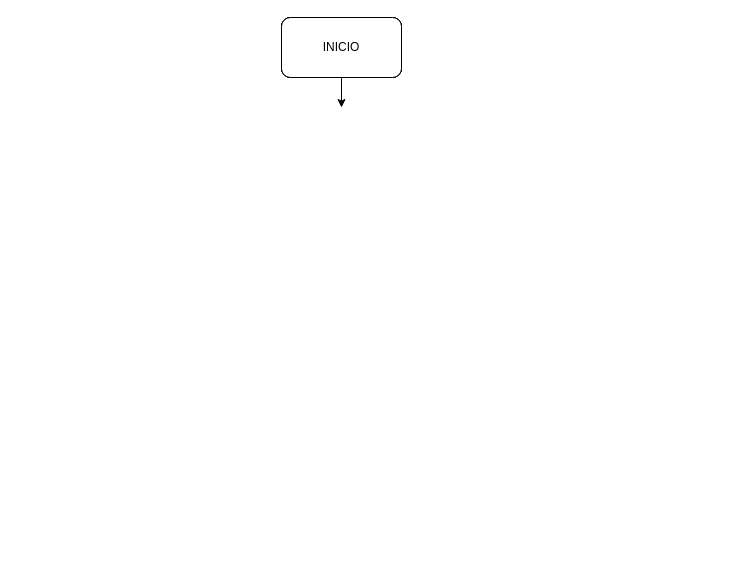
AritzMartin/practica-01.02 keeps this draw.io diagram as Diagrama sin título.drawio. Above is the earlier version. Source tidied: cells renumbered, new cells numbered last; positions are measured from the earlier drawing's top-left corner, leaving out a move shared by most shapes. Both pictures are drawn from the tidied source at 100%, with x=0, y=0 at pixel (281, 17).
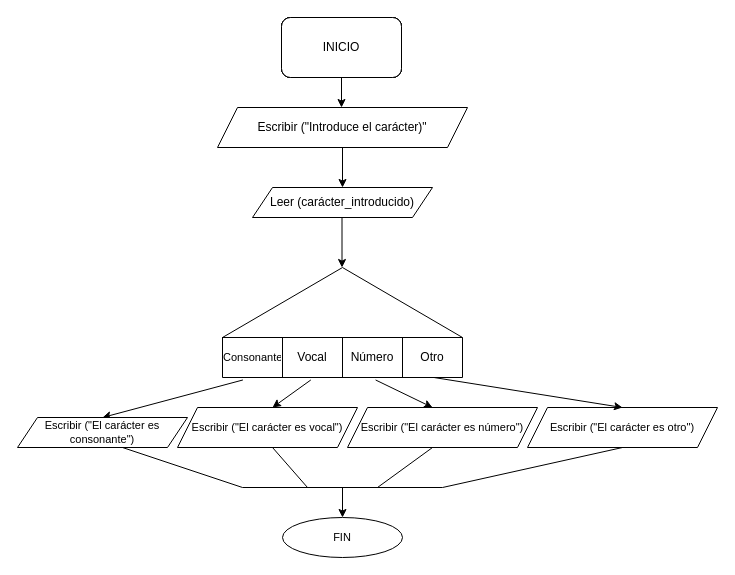
Above is the later version.

The edit, as a diff of the source:
```diff
@@
+    <mxCell id="7" style="edgeStyle=orthogonalEdgeStyle;rounded=0;jettySize=auto;html=1;entryX=0.5;entryY=0;entryDx=0;entryDy=0;" parent="1" edge="1" source="8" target="9">
+      <mxGeometry relative="1" as="geometry" />
+    </mxCell>
+    <mxCell id="8" value="Escribir (&quot;Introduce el carácter)&quot;" style="shape=parallelogram;perimeter=parallelogramPerimeter;whiteSpace=wrap;html=1;fixedSize=1;" parent="1" vertex="1">
+      <mxGeometry x="-64" y="90" width="250" height="40" as="geometry" />
+    </mxCell>
+    <mxCell id="9" value="Leer (carácter_introducido)" style="shape=parallelogram;perimeter=parallelogramPerimeter;whiteSpace=wrap;html=1;fixedSize=1;" parent="1" vertex="1">
+      <mxGeometry x="-29" y="170" width="180" height="30" as="geometry" />
+    </mxCell>
+    <mxCell id="10" style="shape=table;startSize=0;childLayout=tableLayout;" parent="1" vertex="1">
+      <mxGeometry x="-59" y="320" width="240" height="40" as="geometry" />
+    </mxCell>
+    <mxCell id="11" style="shape=tableRow;horizontal=0;startSize=0;swimlaneHead=0;swimlaneBody=0;top=0;left=0;bottom=0;right=0;fillColor=none;points=[[0,0.5],[1,0.5]];portConstraint=eastwest;" parent="10" vertex="1">
+      <mxGeometry width="240" height="40" as="geometry" />
+    </mxCell>
+    <mxCell id="12" value="&lt;font style=&quot;font-size: 11px;&quot;&gt;Consonante&lt;/font&gt;" style="shape=partialRectangle;html=1;whiteSpace=wrap;overflow=hidden;fillColor=none;top=0;left=0;bottom=0;right=0;" parent="11" vertex="1">
+      <mxGeometry width="60" height="40" as="geometry" />
+    </mxCell>
+    <mxCell id="13" value="Vocal" style="shape=partialRectangle;html=1;whiteSpace=wrap;overflow=hidden;fillColor=none;top=0;left=0;bottom=0;right=0;" parent="11" vertex="1">
+      <mxGeometry x="60" width="60" height="40" as="geometry" />
+    </mxCell>
+    <mxCell id="14" value="Número" style="shape=partialRectangle;html=1;whiteSpace=wrap;overflow=hidden;fillColor=none;top=0;left=0;bottom=0;right=0;" parent="11" vertex="1">
+      <mxGeometry x="120" width="60" height="40" as="geometry" />
+    </mxCell>
+    <mxCell id="15" value="Otro" style="shape=partialRectangle;html=1;whiteSpace=wrap;overflow=hidden;fillColor=none;top=0;left=0;bottom=0;right=0;" parent="11" vertex="1">
+      <mxGeometry x="180" width="60" height="40" as="geometry" />
+    </mxCell>
+    <mxCell id="16" style="endArrow=classic;html=1;rounded=0;" parent="1" edge="1">
+      <mxGeometry relative="1" as="geometry">
+        <mxPoint x="60.5" y="200" as="sourcePoint" />
+        <mxPoint x="60.5" y="250" as="targetPoint" />
+        <Array as="points">
+          <mxPoint x="60.5" y="250" />
+        </Array>
+      </mxGeometry>
+    </mxCell>
+    <mxCell id="17" style="endArrow=none;html=1;rounded=0;" parent="1" edge="1">
+      <mxGeometry relative="1" as="geometry">
+        <mxPoint x="-59" y="320" as="sourcePoint" />
+        <mxPoint x="61" y="250" as="targetPoint" />
+      </mxGeometry>
+    </mxCell>
+    <mxCell id="18" style="endArrow=none;html=1;rounded=0;" parent="1" edge="1">
+      <mxGeometry relative="1" as="geometry">
+        <mxPoint x="181" y="320" as="sourcePoint" />
+        <mxPoint x="61" y="250" as="targetPoint" />
+      </mxGeometry>
+    </mxCell>
+    <mxCell id="19" style="endArrow=classic;html=1;rounded=0;exitX=0.085;exitY=1.062;exitDx=0;exitDy=0;exitPerimeter=0;entryX=0.5;entryY=0;entryDx=0;entryDy=0;" parent="1" edge="1" source="11" target="28">
+      <mxGeometry relative="1" as="geometry" />
+    </mxCell>
+    <mxCell id="20" style="endArrow=classic;html=1;rounded=0;exitX=0.368;exitY=1.062;exitDx=0;exitDy=0;exitPerimeter=0;entryX=0.5;entryY=0;entryDx=0;entryDy=0;" parent="1" edge="1" source="11">
+      <mxGeometry relative="1" as="geometry">
+        <mxPoint x="-9" y="390" as="targetPoint" />
+      </mxGeometry>
+    </mxCell>
+    <mxCell id="21" style="endArrow=classic;html=1;rounded=0;entryX=0.5;entryY=0;entryDx=0;entryDy=0;exitX=0.638;exitY=1.062;exitDx=0;exitDy=0;exitPerimeter=0;" parent="1" edge="1" source="11">
+      <mxGeometry relative="1" as="geometry">
+        <mxPoint x="151" y="390" as="targetPoint" />
+      </mxGeometry>
+    </mxCell>
+    <mxCell id="22" style="endArrow=none;html=1;rounded=0;" parent="1" edge="1">
+      <mxGeometry relative="1" as="geometry">
+        <mxPoint x="-39" y="470" as="sourcePoint" />
+        <mxPoint x="161" y="470" as="targetPoint" />
+      </mxGeometry>
+    </mxCell>
+    <mxCell id="23" style="endArrow=none;html=1;rounded=0;entryX=0.5;entryY=1;entryDx=0;entryDy=0;" parent="1" edge="1">
+      <mxGeometry relative="1" as="geometry">
+        <mxPoint x="-39" y="470" as="sourcePoint" />
+        <mxPoint x="-159" y="430" as="targetPoint" />
+      </mxGeometry>
+    </mxCell>
+    <mxCell id="24" style="endArrow=none;html=1;rounded=0;entryX=0.5;entryY=1;entryDx=0;entryDy=0;" parent="1" edge="1">
+      <mxGeometry relative="1" as="geometry">
+        <mxPoint x="26" y="470" as="sourcePoint" />
+        <mxPoint x="-9" y="430" as="targetPoint" />
+      </mxGeometry>
+    </mxCell>
+    <mxCell id="25" style="endArrow=none;html=1;rounded=0;entryX=0.5;entryY=1;entryDx=0;entryDy=0;" parent="1" edge="1">
+      <mxGeometry relative="1" as="geometry">
+        <mxPoint x="96" y="470" as="sourcePoint" />
+        <mxPoint x="151" y="430" as="targetPoint" />
+      </mxGeometry>
+    </mxCell>
+    <mxCell id="26" style="endArrow=none;html=1;rounded=0;exitX=0.5;exitY=1;exitDx=0;exitDy=0;" parent="1" edge="1" source="31">
+      <mxGeometry relative="1" as="geometry">
+        <mxPoint x="161" y="470" as="targetPoint" />
+      </mxGeometry>
+    </mxCell>
+    <mxCell id="27" style="endArrow=classic;html=1;rounded=0;" parent="1" edge="1">
+      <mxGeometry relative="1" as="geometry">
+        <mxPoint x="61" y="470" as="sourcePoint" />
+        <mxPoint x="61" y="500" as="targetPoint" />
+      </mxGeometry>
+    </mxCell>
+    <mxCell id="28" value="Escribir (&quot;El carácter es consonante&quot;)" style="shape=parallelogram;perimeter=parallelogramPerimeter;whiteSpace=wrap;html=1;fixedSize=1;fontSize=11;" parent="1" vertex="1">
+      <mxGeometry x="-264" y="400" width="170" height="30" as="geometry" />
+    </mxCell>
+    <mxCell id="29" value="&lt;font style=&quot;font-size: 11px;&quot;&gt;Escribir (&quot;El carácter es vocal&quot;)&lt;/font&gt;" style="shape=parallelogram;perimeter=parallelogramPerimeter;whiteSpace=wrap;html=1;fixedSize=1;fontSize=11;" parent="1" vertex="1">
+      <mxGeometry x="-104" y="390" width="180" height="40" as="geometry" />
+    </mxCell>
+    <mxCell id="30" value="Escribir (&quot;El carácter es número&quot;)" style="shape=parallelogram;perimeter=parallelogramPerimeter;whiteSpace=wrap;html=1;fixedSize=1;fontSize=11;" parent="1" vertex="1">
+      <mxGeometry x="66" y="390" width="190" height="40" as="geometry" />
+    </mxCell>
+    <mxCell id="31" value="Escribir (&quot;El carácter es otro&quot;)" style="shape=parallelogram;perimeter=parallelogramPerimeter;whiteSpace=wrap;html=1;fixedSize=1;fontSize=11;" parent="1" vertex="1">
+      <mxGeometry x="246" y="390" width="190" height="40" as="geometry" />
+    </mxCell>
+    <mxCell id="32" style="endArrow=classic;html=1;rounded=0;fontSize=11;entryX=0.5;entryY=0;entryDx=0;entryDy=0;exitX=0.882;exitY=1.001;exitDx=0;exitDy=0;exitPerimeter=0;" parent="1" edge="1" source="11" target="31">
+      <mxGeometry relative="1" as="geometry" />
+    </mxCell>
+    <mxCell id="33" value="FIN" style="ellipse;whiteSpace=wrap;html=1;fontSize=11;" parent="1" vertex="1">
+      <mxGeometry x="1" y="500" width="120" height="40" as="geometry" />
+    </mxCell>
```
